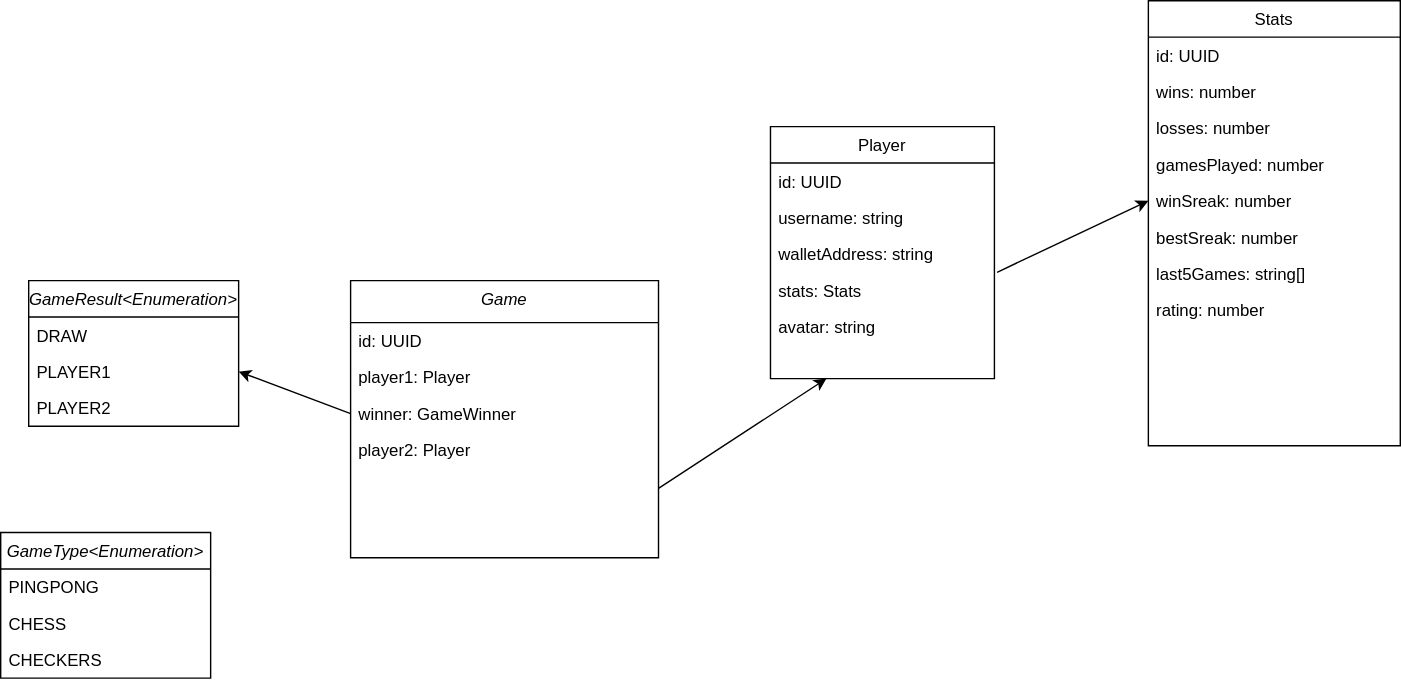
The draw.io diagram gameBackend/diagrams/skillup.drawio.svg in Biokes/Skillup, before a commit. Source tidied: cells renumbered, new cells last; positions are measured from the earlier drawing's top-left corner, leaving out a move shared by most shapes.
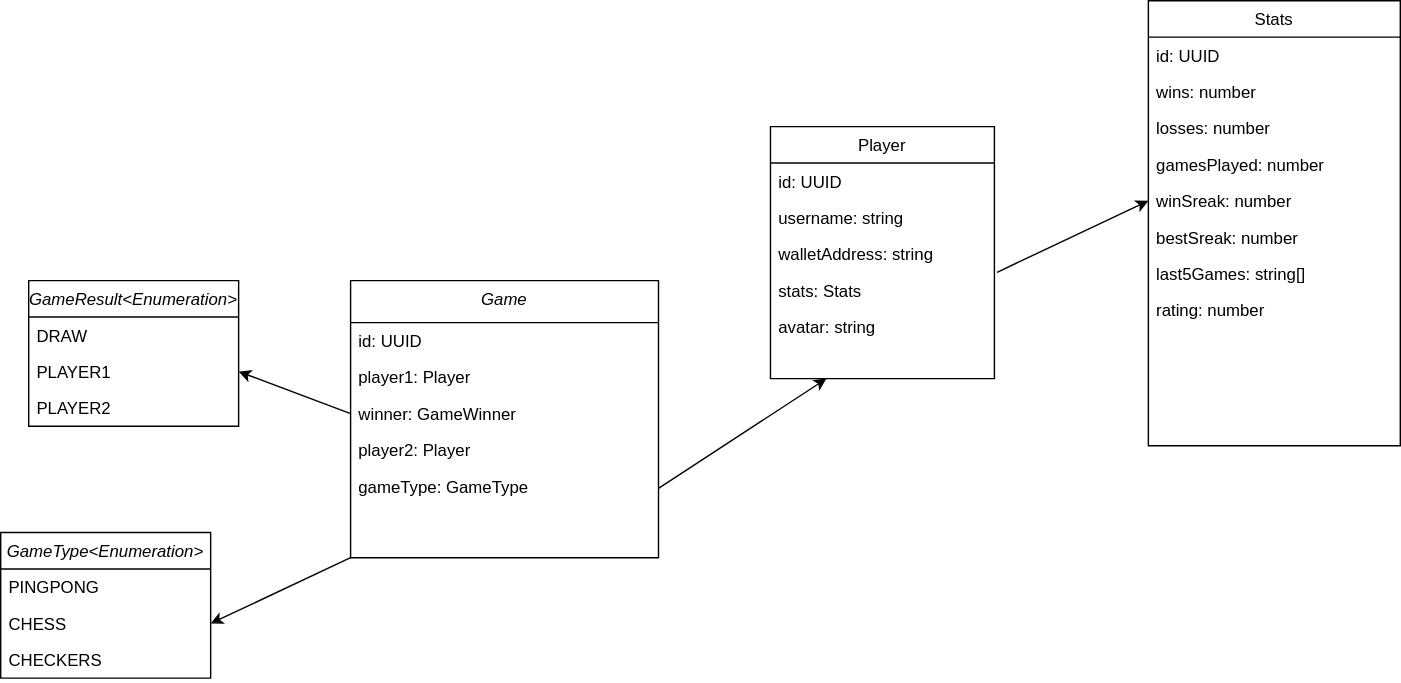
The same file after the commit.

Commit message:
update UML diagram

What changed in the source:
```diff
@@ -17,6 +17,9 @@
     <mxCell id="6" value="player2: Player" style="text;align=left;verticalAlign=top;spacingLeft=4;spacingRight=4;overflow=hidden;rounded=0;shadow=0;html=0;" parent="2" vertex="1">
       <mxGeometry y="108" width="220" height="26" as="geometry" />
     </mxCell>
+    <mxCell id="33" value="gameType: GameType" style="text;align=left;verticalAlign=top;spacingLeft=4;spacingRight=4;overflow=hidden;rounded=0;shadow=0;html=0;" parent="2" vertex="1">
+      <mxGeometry y="134" width="220" height="26" as="geometry" />
+    </mxCell>
     <mxCell id="7" value="Player" style="swimlane;fontStyle=0;align=center;verticalAlign=top;horizontal=1;startSize=26;rounded=0;shadow=0;strokeWidth=1;" parent="1" vertex="1">
       <mxGeometry x="550" y="90" width="160" height="180" as="geometry" />
     </mxCell>
@@ -95,5 +98,8 @@
     <mxCell id="32" value="CHECKERS" style="text;align=left;verticalAlign=top;spacingLeft=4;spacingRight=4;overflow=hidden;rounded=0;shadow=0;html=0;" parent="29" vertex="1">
       <mxGeometry y="78" width="150" height="26" as="geometry" />
     </mxCell>
+    <mxCell id="34" style="endArrow=classic;html=1;rounded=0;exitX=0;exitY=1;exitDx=0;exitDy=0;entryX=1;entryY=0.5;entryDx=0;entryDy=0;" parent="1" edge="1" source="2" target="31">
+      <mxGeometry relative="1" as="geometry" />
+    </mxCell>
   </root>
 </mxGraphModel>
```
